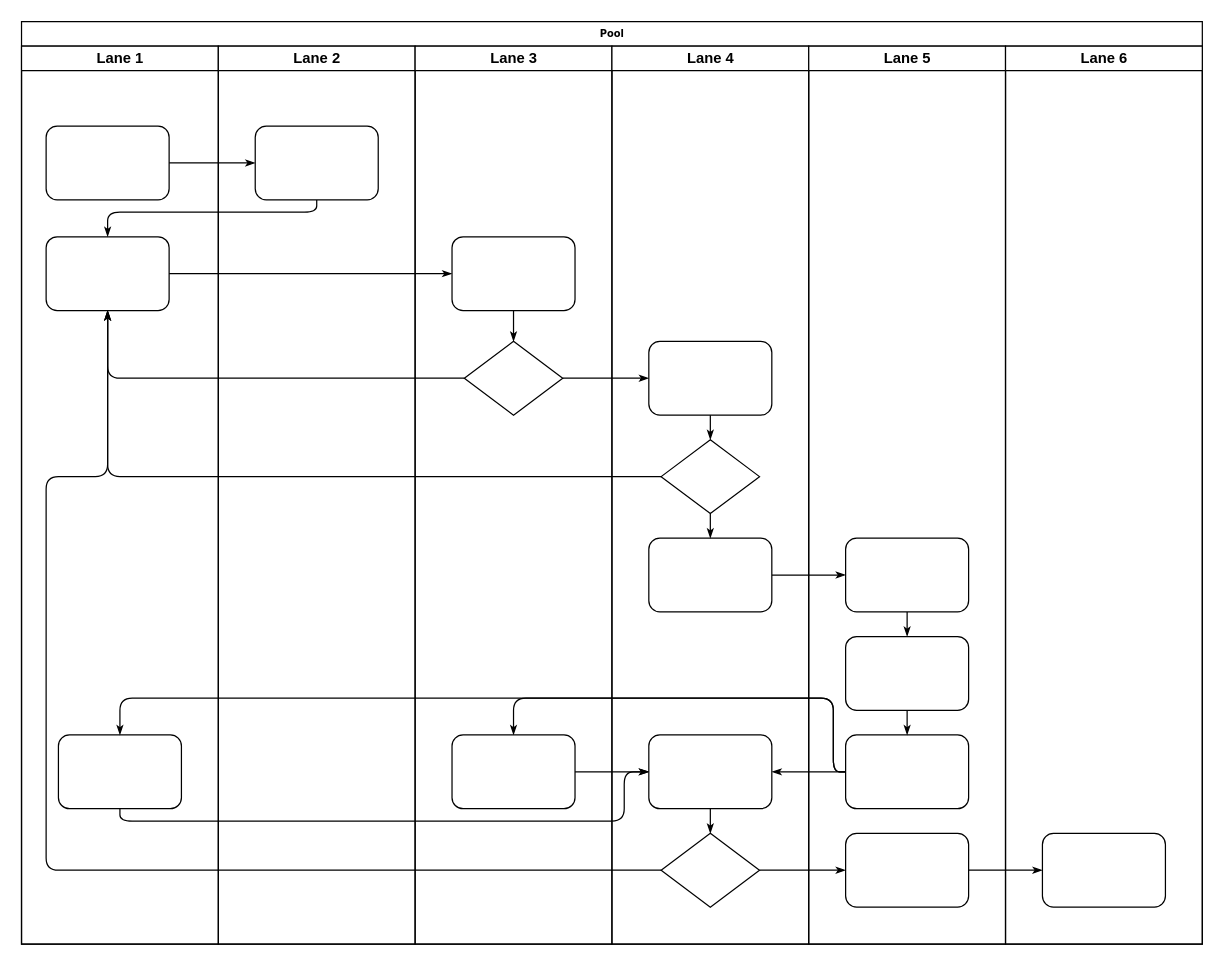
tsafo/demo keeps this draw.io diagram as page "PGC线路团队协作图" (1 of 2) of 线路数据流.drawio. Above is the earlier version. Source tidied: cells renumbered, new cells numbered last; positions are measured from the earlier drawing's top-left corner, leaving out a move shared by most shapes. Both pictures are drawn from the tidied source at 123%, with x=0, y=0 at pixel (21, 21).
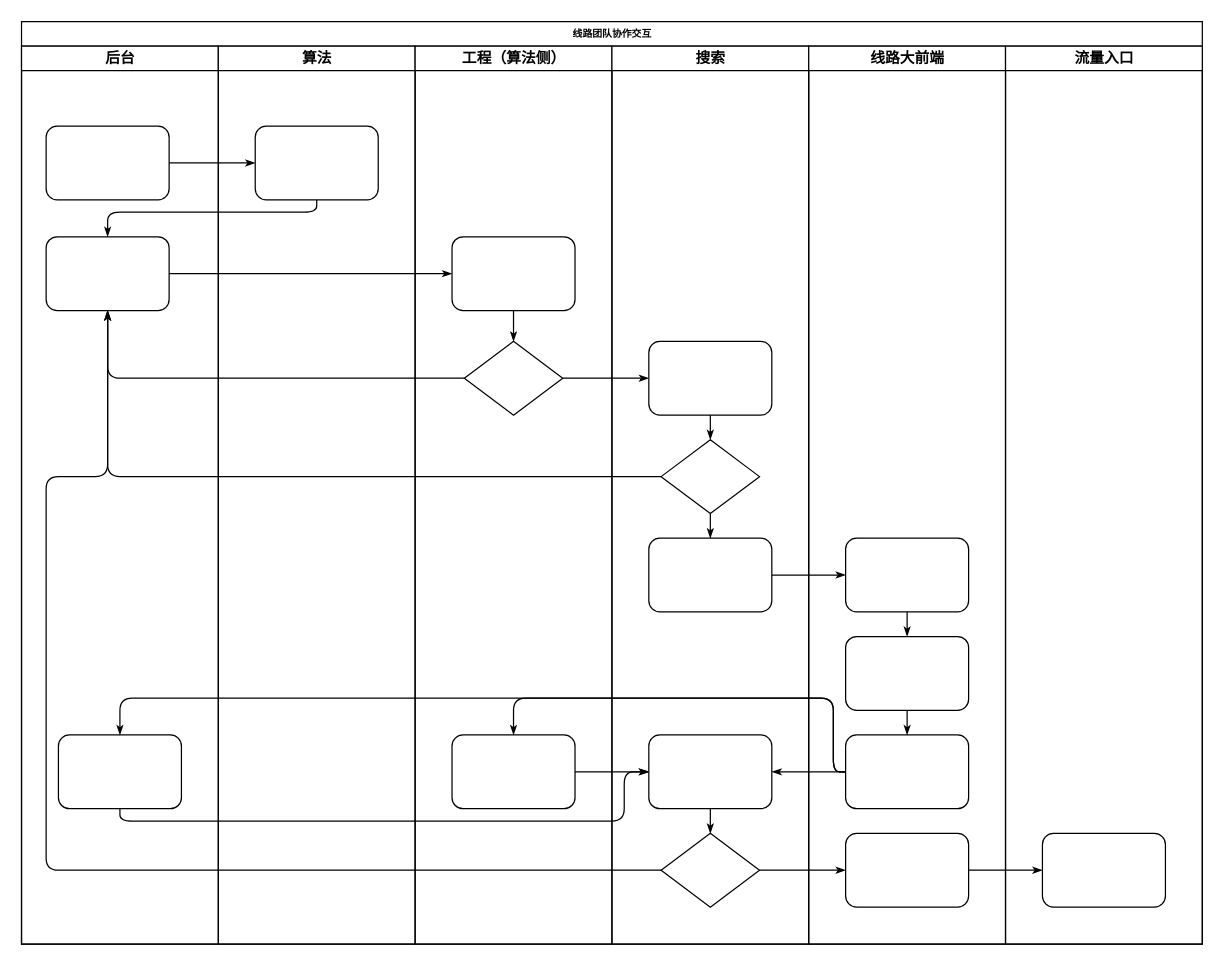
After the change.

Commit message:
更新线路数据流.drawio

The edit, as a diff of the source:
```diff
@@
-    <mxCell id="2" value="Pool" style="swimlane;html=1;startSize=20;rounded=0;shadow=0;labelBackgroundColor=none;strokeWidth=1;fontFamily=Verdana;fontSize=8;align=center;" parent="1" vertex="1">
+    <mxCell id="2" value="线路团队协作交互" style="swimlane;html=1;startSize=20;rounded=0;shadow=0;labelBackgroundColor=none;strokeWidth=1;fontFamily=Verdana;fontSize=8;align=center;" parent="1" vertex="1">
       <mxGeometry width="960" height="750" as="geometry" />
     </mxCell>
-    <mxCell id="3" value="Lane 1" style="swimlane;html=1;startSize=20;" parent="2" vertex="1">
+    <mxCell id="3" value="后台" style="swimlane;html=1;startSize=20;" parent="2" vertex="1">
       <mxGeometry y="20" width="160" height="730" as="geometry" />
     </mxCell>
@@
-    <mxCell id="22" value="Lane 2" style="swimlane;html=1;startSize=20;" parent="2" vertex="1">
+    <mxCell id="22" value="算法" style="swimlane;html=1;startSize=20;" parent="2" vertex="1">
       <mxGeometry x="160" y="20" width="160" height="730" as="geometry" />
     </mxCell>
@@
-    <mxCell id="24" value="Lane 3" style="swimlane;html=1;startSize=20;" parent="2" vertex="1">
+    <mxCell id="24" value="工程（算法侧）" style="swimlane;html=1;startSize=20;" parent="2" vertex="1">
       <mxGeometry x="320" y="20" width="160" height="730" as="geometry" />
     </mxCell>
@@
-    <mxCell id="29" value="Lane 4" style="swimlane;html=1;startSize=20;" parent="2" vertex="1">
+    <mxCell id="29" value="搜索" style="swimlane;html=1;startSize=20;" parent="2" vertex="1">
       <mxGeometry x="480" y="20" width="160" height="730" as="geometry" />
     </mxCell>
@@
-    <mxCell id="38" value="Lane 5" style="swimlane;html=1;startSize=20;" parent="2" vertex="1">
+    <mxCell id="38" value="线路大前端" style="swimlane;html=1;startSize=20;" parent="2" vertex="1">
       <mxGeometry x="640" y="20" width="160" height="730" as="geometry" />
     </mxCell>
@@
-    <mxCell id="45" value="Lane 6" style="swimlane;html=1;startSize=20;" parent="2" vertex="1">
+    <mxCell id="45" value="流量入口" style="swimlane;html=1;startSize=20;" parent="2" vertex="1">
       <mxGeometry x="800" y="20" width="160" height="730" as="geometry" />
     </mxCell>
```
